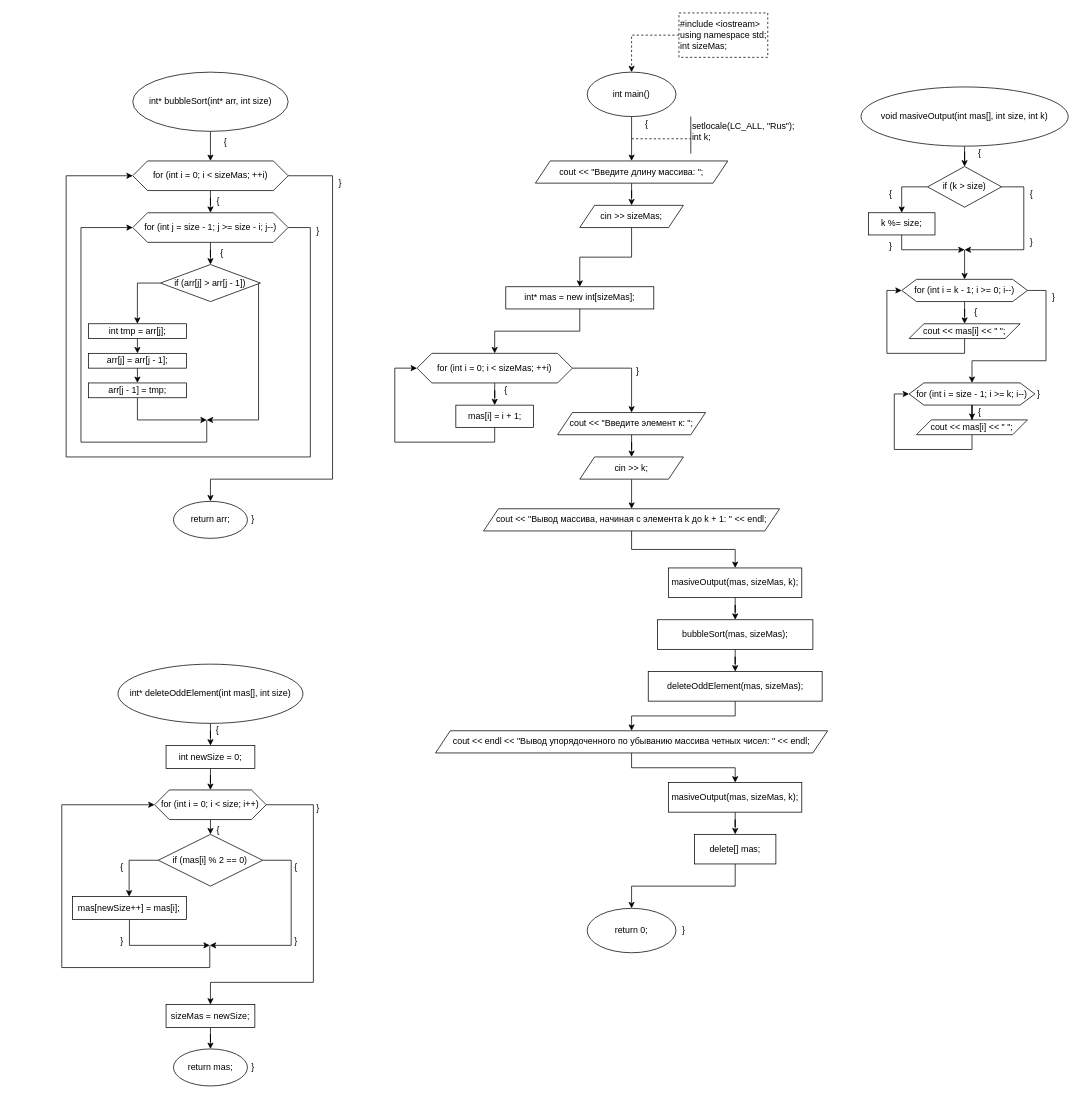
Earlier version of the draw.io diagram Diagrams/Bloc-scheme.drawio (Samurai-lab/Massiv_test_project). Source tidied: cells renumbered, new cells numbered last; positions are measured from the earlier drawing's top-left corner, leaving out a move shared by most shapes. Both pictures are drawn from the tidied source at 74%, with x=0, y=0 at pixel (61, 13).
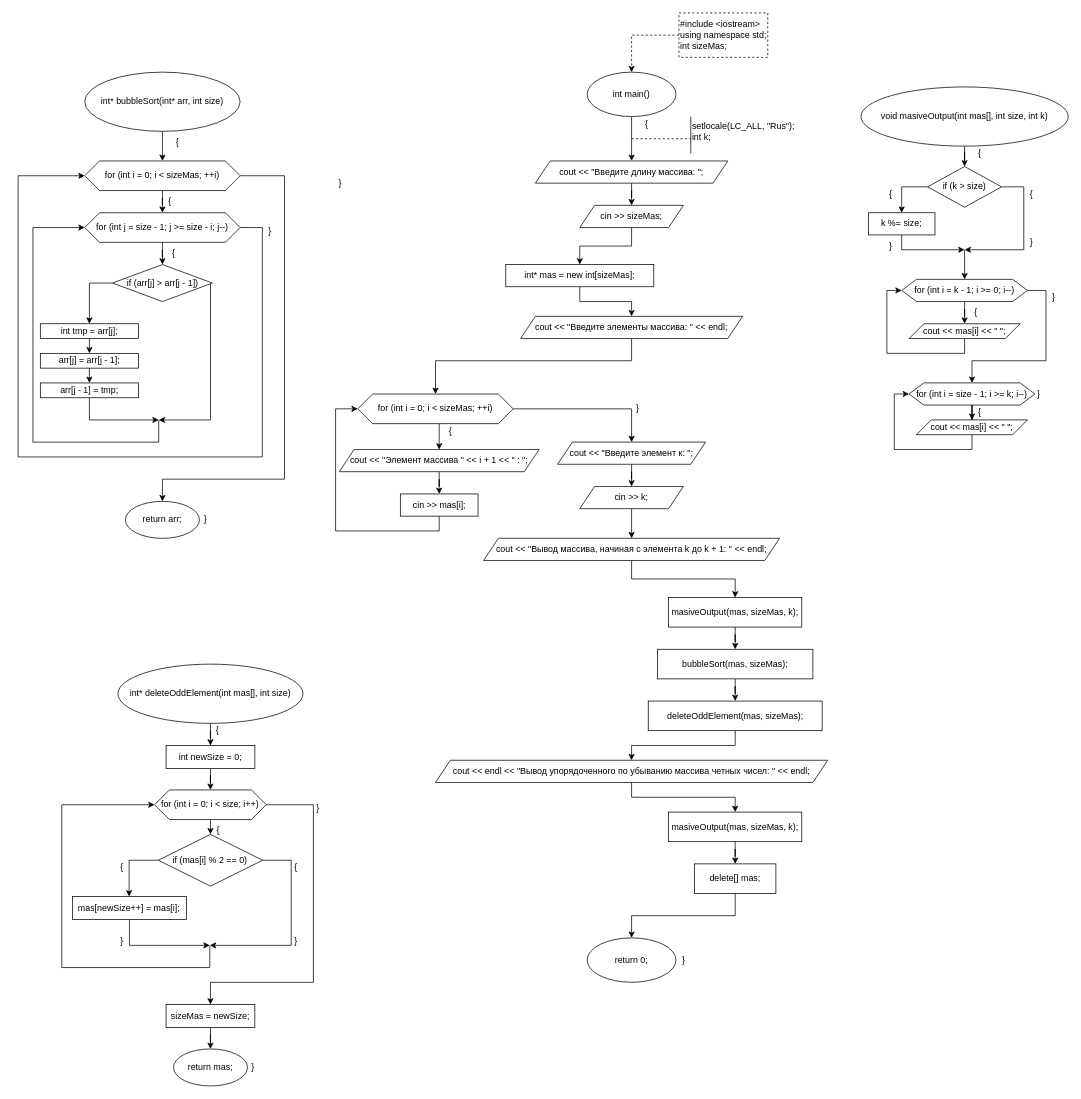
Above is the later version.

Change to the diagram source:
```diff
@@
     <mxCell id="14" value="cout &amp;lt;&amp;lt; &quot;Вывод массива, начиная с элемента k до k + 1: &quot; &amp;lt;&amp;lt; endl;" style="shape=parallelogram;perimeter=parallelogramPerimeter;whiteSpace=wrap;html=1;fixedSize=1;" parent="1" vertex="1">
-      <mxGeometry x="570" y="670" width="400" height="30" as="geometry" />
+      <mxGeometry x="570" y="709.9" width="400" height="30" as="geometry" />
     </mxCell>
-    <mxCell id="15" style="edgeStyle=orthogonalEdgeStyle;rounded=0;jettySize=auto;html=1;entryX=0.5;entryY=0;entryDx=0;entryDy=0;" parent="1" edge="1" source="16" target="19">
-      <mxGeometry relative="1" as="geometry" />
-    </mxCell>
+    <mxCell id="118" style="edgeStyle=orthogonalEdgeStyle;rounded=0;jettySize=auto;html=1;entryX=0.5;entryY=0;entryDx=0;entryDy=0;" parent="1" edge="1" source="16" target="121">
+      <mxGeometry relative="1" as="geometry" />
+    </mxCell>
     <mxCell id="16" value="int* mas = new int[sizeMas];" style="rounded=0;whiteSpace=wrap;html=1;" parent="1" vertex="1">
-      <mxGeometry x="600" y="370" width="200" height="30" as="geometry" />
+      <mxGeometry x="600" y="340" width="200" height="30" as="geometry" />
     </mxCell>
-    <mxCell id="17" style="edgeStyle=orthogonalEdgeStyle;rounded=0;jettySize=auto;html=1;entryX=0.5;entryY=0;entryDx=0;entryDy=0;" parent="1" edge="1" source="19" target="22">
-      <mxGeometry relative="1" as="geometry" />
-    </mxCell>
-    <mxCell id="18" style="edgeStyle=orthogonalEdgeStyle;rounded=0;jettySize=auto;html=1;entryX=0.5;entryY=0;entryDx=0;entryDy=0;" parent="1" edge="1" source="19" target="24">
+    <mxCell id="18" style="edgeStyle=orthogonalEdgeStyle;rounded=0;jettySize=auto;html=1;entryX=0.5;entryY=0;entryDx=0;entryDy=0;exitX=1;exitY=0.5;exitDx=0;exitDy=0;" parent="1" edge="1" source="19" target="24">
       <mxGeometry relative="1" as="geometry">
         <Array as="points">
-          <mxPoint x="770" y="480" />
+          <mxPoint x="770" y="535" />
         </Array>
       </mxGeometry>
     </mxCell>
+    <mxCell id="119" style="edgeStyle=orthogonalEdgeStyle;rounded=0;jettySize=auto;html=1;entryX=0.5;entryY=0;entryDx=0;entryDy=0;" parent="1" edge="1" source="19" target="123">
+      <mxGeometry relative="1" as="geometry">
+        <Array as="points">
+          <mxPoint x="510" y="570" />
+          <mxPoint x="510" y="570" />
+        </Array>
+      </mxGeometry>
+    </mxCell>
     <mxCell id="19" value="for (int i = 0; i &amp;lt; sizeMas; ++i)" style="shape=hexagon;perimeter=hexagonPerimeter2;whiteSpace=wrap;html=1;fixedSize=1;" parent="1" vertex="1">
-      <mxGeometry x="480" y="460" width="210" height="40" as="geometry" />
+      <mxGeometry x="400" y="515" width="210" height="40" as="geometry" />
     </mxCell>
@@
     <mxCell id="21" style="edgeStyle=orthogonalEdgeStyle;rounded=0;jettySize=auto;html=1;entryX=0;entryY=0.5;entryDx=0;entryDy=0;" parent="1" edge="1" source="22" target="19">
       <mxGeometry relative="1" as="geometry">
         <Array as="points">
-          <mxPoint x="585" y="580" />
-          <mxPoint x="450" y="580" />
-          <mxPoint x="450" y="480" />
+          <mxPoint x="510" y="700" />
+          <mxPoint x="370" y="700" />
+          <mxPoint x="370" y="535" />
         </Array>
       </mxGeometry>
     </mxCell>
-    <mxCell id="22" value="mas[i] = i + 1;" style="rounded=0;whiteSpace=wrap;html=1;" parent="1" vertex="1">
-      <mxGeometry x="532.5" y="530" width="105" height="30" as="geometry" />
+    <mxCell id="22" value="cin &amp;gt;&amp;gt; mas[i];" style="rounded=0;whiteSpace=wrap;html=1;" parent="1" vertex="1">
+      <mxGeometry x="457.5" y="650" width="105" height="30" as="geometry" />
     </mxCell>
@@
     <mxCell id="24" value="cout &amp;lt;&amp;lt; &quot;Введите элемент к: &quot;;" style="shape=parallelogram;perimeter=parallelogramPerimeter;whiteSpace=wrap;html=1;fixedSize=1;" parent="1" vertex="1">
-      <mxGeometry x="670" y="540" width="200" height="30" as="geometry" />
+      <mxGeometry x="670" y="579.9" width="200" height="30" as="geometry" />
     </mxCell>
@@
     <mxCell id="26" value="cin &amp;gt;&amp;gt; k;" style="shape=parallelogram;perimeter=parallelogramPerimeter;whiteSpace=wrap;html=1;fixedSize=1;" parent="1" vertex="1">
-      <mxGeometry x="700" y="600" width="140" height="30" as="geometry" />
+      <mxGeometry x="700" y="639.9" width="140" height="30" as="geometry" />
     </mxCell>
@@
     <mxCell id="28" value="masiveOutput(mas, sizeMas, k);" style="rounded=0;whiteSpace=wrap;html=1;" parent="1" vertex="1">
-      <mxGeometry x="820" y="750" width="180" height="40" as="geometry" />
+      <mxGeometry x="820" y="789.9" width="180" height="40" as="geometry" />
     </mxCell>
@@
     <mxCell id="30" value="bubbleSort(mas, sizeMas);" style="rounded=0;whiteSpace=wrap;html=1;" parent="1" vertex="1">
-      <mxGeometry x="805" y="820" width="210" height="40" as="geometry" />
+      <mxGeometry x="805" y="859.9" width="210" height="40" as="geometry" />
     </mxCell>
     <mxCell id="31" style="edgeStyle=orthogonalEdgeStyle;rounded=0;jettySize=auto;html=1;entryX=0.5;entryY=0;entryDx=0;entryDy=0;" parent="1" edge="1" source="32" target="34">
       <mxGeometry relative="1" as="geometry">
         <Array as="points">
-          <mxPoint x="910" y="950" />
-          <mxPoint x="770" y="950" />
+          <mxPoint x="910" y="989.9" />
+          <mxPoint x="770" y="989.9" />
         </Array>
       </mxGeometry>
     </mxCell>
     <mxCell id="32" value="deleteOddElement(mas, sizeMas);" style="rounded=0;whiteSpace=wrap;html=1;" parent="1" vertex="1">
-      <mxGeometry x="792.5" y="890" width="235" height="40" as="geometry" />
+      <mxGeometry x="792.5" y="929.9" width="235" height="40" as="geometry" />
     </mxCell>
@@
     <mxCell id="34" value="cout &amp;lt;&amp;lt; endl &amp;lt;&amp;lt; &quot;Вывод упорядоченного по убыванию массива четных чисел: &quot; &amp;lt;&amp;lt; endl;" style="shape=parallelogram;perimeter=parallelogramPerimeter;whiteSpace=wrap;html=1;fixedSize=1;" parent="1" vertex="1">
-      <mxGeometry x="505" y="970" width="530" height="30" as="geometry" />
+      <mxGeometry x="505" y="1009.9" width="530" height="30" as="geometry" />
     </mxCell>
@@
     <mxCell id="36" value="masiveOutput(mas, sizeMas, k);" style="rounded=0;whiteSpace=wrap;html=1;" parent="1" vertex="1">
-      <mxGeometry x="820" y="1040" width="180" height="40" as="geometry" />
+      <mxGeometry x="820" y="1079.9" width="180" height="40" as="geometry" />
     </mxCell>
     <mxCell id="37" style="edgeStyle=orthogonalEdgeStyle;rounded=0;jettySize=auto;html=1;entryX=0.5;entryY=0;entryDx=0;entryDy=0;" parent="1" edge="1" source="38" target="39">
       <mxGeometry relative="1" as="geometry">
         <Array as="points">
-          <mxPoint x="910" y="1180" />
-          <mxPoint x="770" y="1180" />
+          <mxPoint x="910" y="1219.9" />
+          <mxPoint x="770" y="1219.9" />
         </Array>
       </mxGeometry>
     </mxCell>
     <mxCell id="38" value="delete[] mas;" style="rounded=0;whiteSpace=wrap;html=1;" parent="1" vertex="1">
-      <mxGeometry x="855" y="1110" width="110" height="40" as="geometry" />
+      <mxGeometry x="855" y="1149.9" width="110" height="40" as="geometry" />
     </mxCell>
     <mxCell id="39" value="return 0;" style="ellipse;whiteSpace=wrap;html=1;" parent="1" vertex="1">
-      <mxGeometry x="710" y="1210" width="120" height="60" as="geometry" />
+      <mxGeometry x="710" y="1249.9" width="120" height="60" as="geometry" />
     </mxCell>
     <mxCell id="40" value="}&lt;br&gt;" style="text;html=1;align=center;verticalAlign=middle;strokeColor=none;fillColor=none;" parent="1" vertex="1">
-      <mxGeometry x="825" y="1225" width="30" height="30" as="geometry" />
+      <mxGeometry x="825" y="1264.9" width="30" height="30" as="geometry" />
     </mxCell>
     <mxCell id="41" value="}" style="text;html=1;align=center;verticalAlign=middle;strokeColor=none;fillColor=none;" parent="1" vertex="1">
-      <mxGeometry x="762.5" y="470" width="30" height="30" as="geometry" />
+      <mxGeometry x="762.5" y="519.9" width="30" height="30" as="geometry" />
     </mxCell>
     <mxCell id="42" value="{" style="text;html=1;align=center;verticalAlign=middle;strokeColor=none;fillColor=none;" parent="1" vertex="1">
-      <mxGeometry x="585" y="495" width="30" height="30" as="geometry" />
+      <mxGeometry x="510" y="549.9" width="30" height="30" as="geometry" />
     </mxCell>
@@
     <mxCell id="44" value="int* bubbleSort(int* arr, int size)" style="ellipse;whiteSpace=wrap;html=1;" parent="1" vertex="1">
-      <mxGeometry x="95.9" y="80" width="210" height="80" as="geometry" />
+      <mxGeometry x="31" y="80" width="210" height="80" as="geometry" />
     </mxCell>
@@
     <mxCell id="46" style="edgeStyle=orthogonalEdgeStyle;rounded=0;jettySize=auto;html=1;entryX=0.5;entryY=0;entryDx=0;entryDy=0;" parent="1" edge="1" source="47" target="62">
       <mxGeometry relative="1" as="geometry">
         <Array as="points">
-          <mxPoint x="365.9" y="220" />
-          <mxPoint x="365.9" y="630" />
-          <mxPoint x="200.9" y="630" />
+          <mxPoint x="301" y="220" />
+          <mxPoint x="301" y="630" />
+          <mxPoint x="136" y="630" />
         </Array>
       </mxGeometry>
     </mxCell>
     <mxCell id="47" value="for (int i = 0; i &amp;lt; sizeMas; ++i)" style="shape=hexagon;perimeter=hexagonPerimeter2;whiteSpace=wrap;html=1;fixedSize=1;" parent="1" vertex="1">
-      <mxGeometry x="95.9" y="200" width="210" height="40" as="geometry" />
+      <mxGeometry x="31" y="200" width="210" height="40" as="geometry" />
     </mxCell>
     <mxCell id="48" value="{" style="text;html=1;align=center;verticalAlign=middle;strokeColor=none;fillColor=none;" parent="1" vertex="1">
-      <mxGeometry x="205.9" y="160" width="30" height="30" as="geometry" />
+      <mxGeometry x="141" y="160" width="30" height="30" as="geometry" />
     </mxCell>
@@
     <mxCell id="50" style="edgeStyle=orthogonalEdgeStyle;rounded=0;jettySize=auto;html=1;entryX=0;entryY=0.5;entryDx=0;entryDy=0;" parent="1" edge="1" source="51" target="47">
       <mxGeometry relative="1" as="geometry">
         <Array as="points">
-          <mxPoint x="335.9" y="290" />
-          <mxPoint x="335.9" y="600" />
-          <mxPoint x="5.9" y="600" />
-          <mxPoint x="5.9" y="220" />
+          <mxPoint x="271" y="290" />
+          <mxPoint x="271" y="600" />
+          <mxPoint x="-59" y="600" />
+          <mxPoint x="-59" y="220" />
         </Array>
       </mxGeometry>
     </mxCell>
     <mxCell id="51" value="for (int j = size - 1; j &amp;gt;= size - i; j--)" style="shape=hexagon;perimeter=hexagonPerimeter2;whiteSpace=wrap;html=1;fixedSize=1;" parent="1" vertex="1">
-      <mxGeometry x="95.9" y="270" width="210" height="40" as="geometry" />
+      <mxGeometry x="31" y="270" width="210" height="40" as="geometry" />
     </mxCell>
     <mxCell id="52" style="edgeStyle=orthogonalEdgeStyle;rounded=0;jettySize=auto;html=1;entryX=0.5;entryY=0;entryDx=0;entryDy=0;" parent="1" edge="1" source="54" target="56">
       <mxGeometry relative="1" as="geometry">
         <Array as="points">
-          <mxPoint x="101.9" y="365" />
+          <mxPoint x="37" y="365" />
         </Array>
       </mxGeometry>
     </mxCell>
     <mxCell id="53" style="edgeStyle=orthogonalEdgeStyle;rounded=0;jettySize=auto;html=1;" parent="1" edge="1" source="54">
       <mxGeometry relative="1" as="geometry">
-        <mxPoint x="195.9" y="550" as="targetPoint" />
+        <mxPoint x="131" y="550" as="targetPoint" />
         <Array as="points">
-          <mxPoint x="265.9" y="550" />
-          <mxPoint x="195.9" y="550" />
+          <mxPoint x="201" y="550" />
+          <mxPoint x="131" y="550" />
         </Array>
       </mxGeometry>
     </mxCell>
     <mxCell id="54" value="if (arr[j] &amp;gt; arr[j - 1])" style="rhombus;whiteSpace=wrap;html=1;" parent="1" vertex="1">
-      <mxGeometry x="133.4" y="340" width="135" height="50" as="geometry" />
+      <mxGeometry x="68.5" y="340" width="135" height="50" as="geometry" />
     </mxCell>
@@
     <mxCell id="56" value="int tmp = arr[j];" style="rounded=0;whiteSpace=wrap;html=1;" parent="1" vertex="1">
-      <mxGeometry x="35.9" y="420" width="132.5" height="20" as="geometry" />
+      <mxGeometry x="-29" y="420" width="132.5" height="20" as="geometry" />
     </mxCell>
@@
     <mxCell id="58" value="arr[j] = arr[j - 1];" style="rounded=0;whiteSpace=wrap;html=1;" parent="1" vertex="1">
-      <mxGeometry x="35.9" y="460" width="132.5" height="20" as="geometry" />
+      <mxGeometry x="-29" y="460" width="132.5" height="20" as="geometry" />
     </mxCell>
     <mxCell id="59" style="edgeStyle=orthogonalEdgeStyle;rounded=0;jettySize=auto;html=1;" parent="1" edge="1" source="60">
       <mxGeometry relative="1" as="geometry">
-        <mxPoint x="195.9" y="550" as="targetPoint" />
+        <mxPoint x="131" y="550" as="targetPoint" />
         <Array as="points">
-          <mxPoint x="101.9" y="550" />
-          <mxPoint x="195.9" y="550" />
+          <mxPoint x="37" y="550" />
+          <mxPoint x="131" y="550" />
         </Array>
       </mxGeometry>
     </mxCell>
     <mxCell id="60" value="arr[j - 1] = tmp;" style="rounded=0;whiteSpace=wrap;html=1;" parent="1" vertex="1">
-      <mxGeometry x="35.9" y="500" width="132.5" height="20" as="geometry" />
+      <mxGeometry x="-29" y="500" width="132.5" height="20" as="geometry" />
     </mxCell>
     <mxCell id="61" style="endArrow=classic;html=1;rounded=0;entryX=0;entryY=0.5;entryDx=0;entryDy=0;" parent="1" edge="1" target="51">
       <mxGeometry relative="1" as="geometry">
-        <mxPoint x="195.9" y="550" as="sourcePoint" />
+        <mxPoint x="131" y="550" as="sourcePoint" />
         <Array as="points">
-          <mxPoint x="195.9" y="580" />
-          <mxPoint x="95.9" y="580" />
-          <mxPoint x="25.9" y="580" />
-          <mxPoint x="25.9" y="290" />
+          <mxPoint x="131" y="580" />
+          <mxPoint x="31" y="580" />
+          <mxPoint x="-39" y="580" />
+          <mxPoint x="-39" y="290" />
         </Array>
       </mxGeometry>
     </mxCell>
     <mxCell id="62" value="return arr;" style="ellipse;whiteSpace=wrap;html=1;" parent="1" vertex="1">
-      <mxGeometry x="150.9" y="660" width="100" height="50" as="geometry" />
+      <mxGeometry x="86" y="660" width="100" height="50" as="geometry" />
     </mxCell>
     <mxCell id="63" value="{" style="text;html=1;align=center;verticalAlign=middle;strokeColor=none;fillColor=none;" parent="1" vertex="1">
-      <mxGeometry x="200.9" y="310" width="30" height="30" as="geometry" />
+      <mxGeometry x="136" y="310" width="30" height="30" as="geometry" />
     </mxCell>
     <mxCell id="64" value="{" style="text;html=1;align=center;verticalAlign=middle;strokeColor=none;fillColor=none;" parent="1" vertex="1">
-      <mxGeometry x="195.9" y="240" width="30" height="30" as="geometry" />
+      <mxGeometry x="131" y="240" width="30" height="30" as="geometry" />
     </mxCell>
@@
     <mxCell id="66" value="}" style="text;html=1;align=center;verticalAlign=middle;strokeColor=none;fillColor=none;" parent="1" vertex="1">
-      <mxGeometry x="330.9" y="280" width="30" height="30" as="geometry" />
+      <mxGeometry x="266" y="280" width="30" height="30" as="geometry" />
     </mxCell>
     <mxCell id="67" value="}" style="text;html=1;align=center;verticalAlign=middle;strokeColor=none;fillColor=none;" parent="1" vertex="1">
-      <mxGeometry x="243.4" y="670" width="30" height="30" as="geometry" />
+      <mxGeometry x="178.5" y="670" width="30" height="30" as="geometry" />
     </mxCell>
@@
+    <mxCell id="120" style="edgeStyle=orthogonalEdgeStyle;rounded=0;jettySize=auto;html=1;entryX=0.5;entryY=0;entryDx=0;entryDy=0;" parent="1" edge="1" source="121" target="19">
+      <mxGeometry relative="1" as="geometry">
+        <Array as="points">
+          <mxPoint x="770" y="470" />
+          <mxPoint x="505" y="470" />
+        </Array>
+      </mxGeometry>
+    </mxCell>
+    <mxCell id="121" value="cout &amp;lt;&amp;lt; &quot;Введите элементы массива: &quot; &amp;lt;&amp;lt; endl;" style="shape=parallelogram;perimeter=parallelogramPerimeter;whiteSpace=wrap;html=1;fixedSize=1;" parent="1" vertex="1">
+      <mxGeometry x="620" y="410" width="300" height="30" as="geometry" />
+    </mxCell>
+    <mxCell id="122" style="edgeStyle=orthogonalEdgeStyle;rounded=0;jettySize=auto;html=1;entryX=0.5;entryY=0;entryDx=0;entryDy=0;" parent="1" edge="1" source="123" target="22">
+      <mxGeometry relative="1" as="geometry" />
+    </mxCell>
+    <mxCell id="123" value="cout &amp;lt;&amp;lt; &quot;Элемент массива &quot; &amp;lt;&amp;lt; i + 1 &amp;lt;&amp;lt; &quot; : &quot;;" style="shape=parallelogram;perimeter=parallelogramPerimeter;whiteSpace=wrap;html=1;fixedSize=1;" parent="1" vertex="1">
+      <mxGeometry x="375" y="589.9" width="270" height="30" as="geometry" />
+    </mxCell>
```
